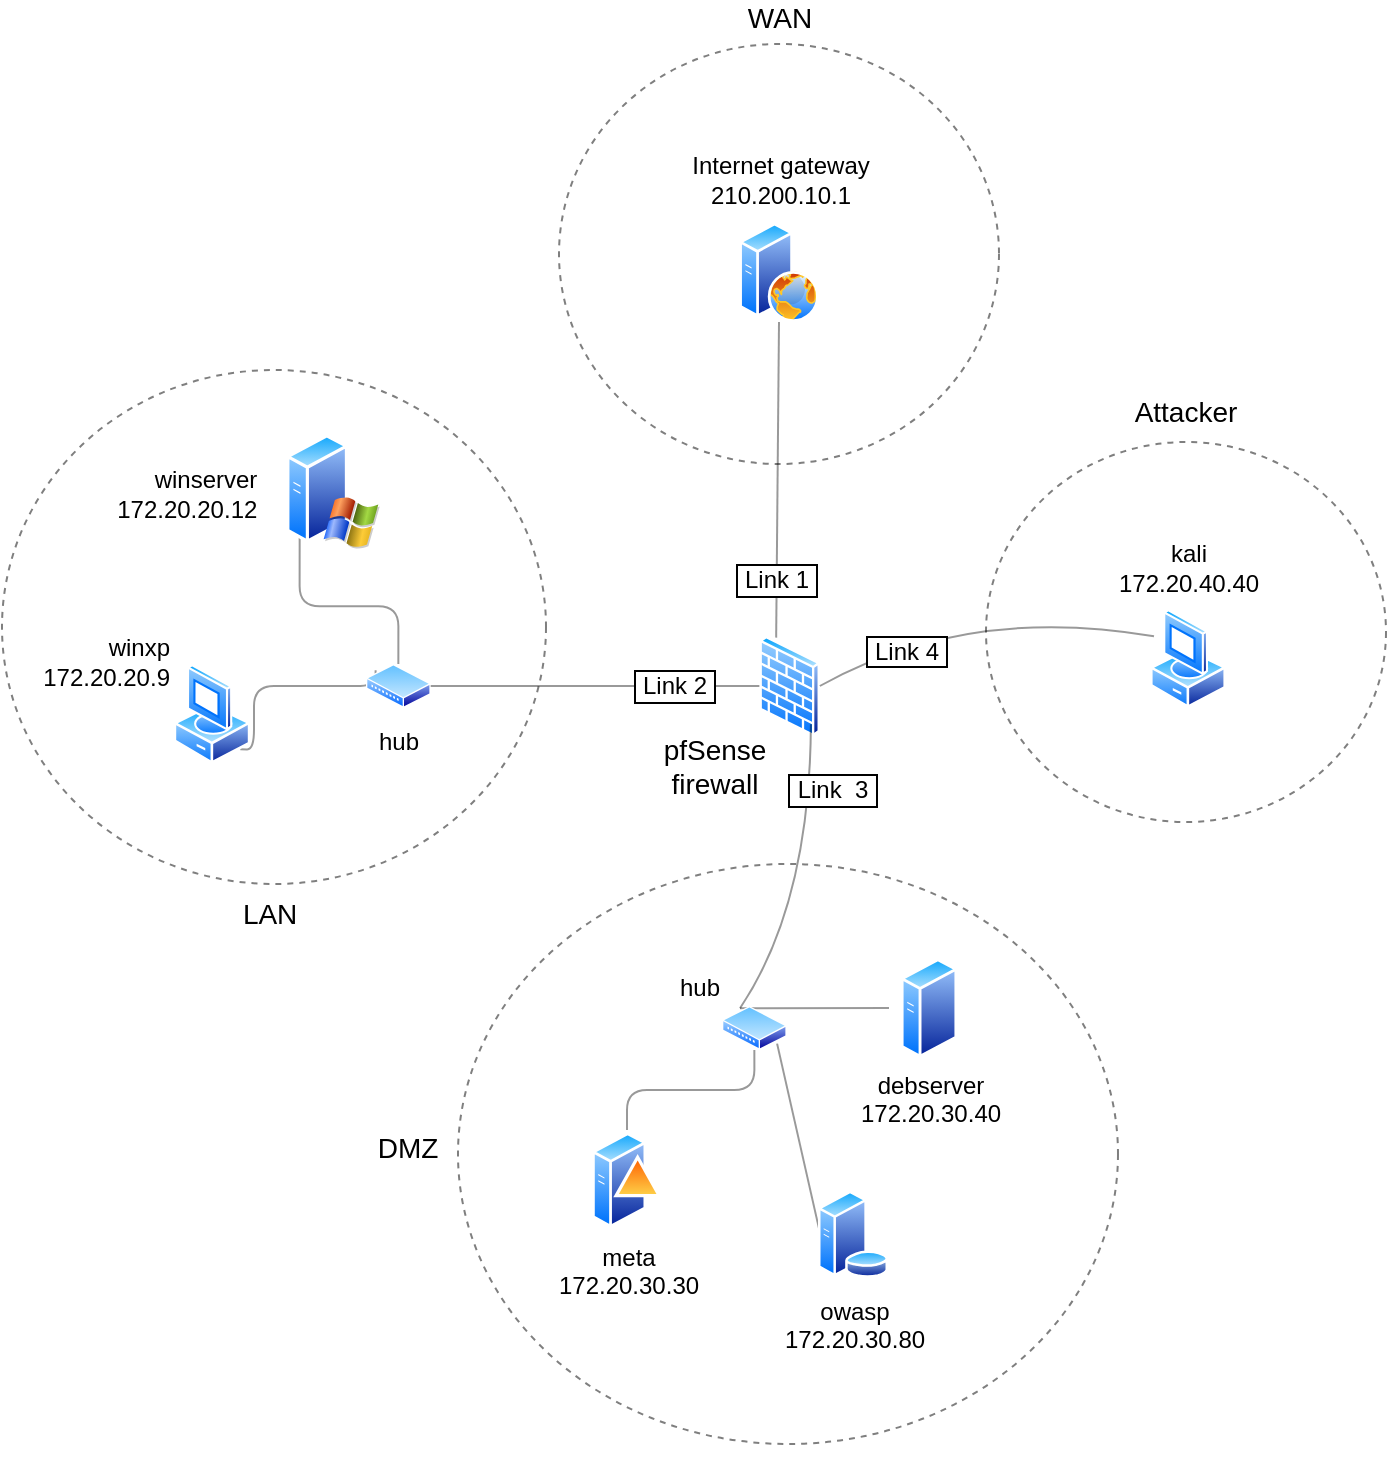
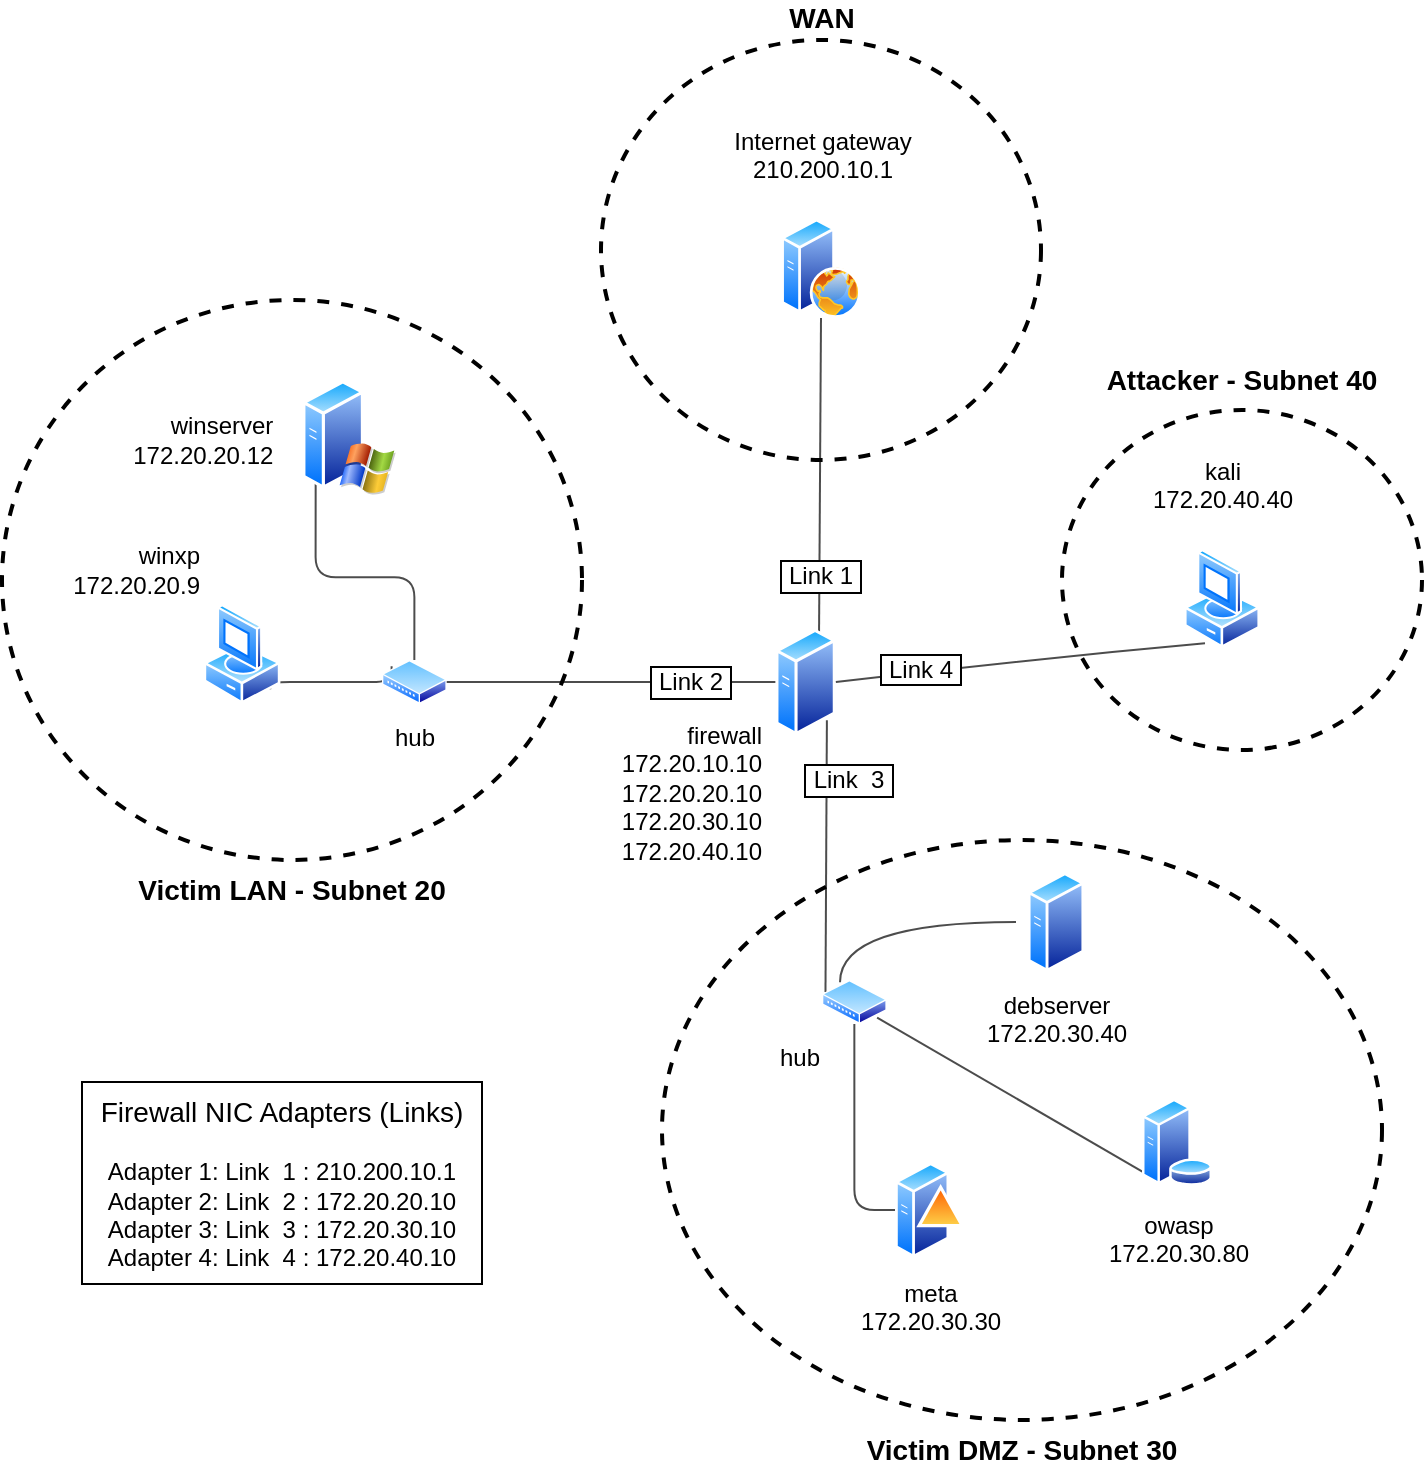
<mxfile host="app.diagrams.net">
  <diagram name="Seite-1" id="sI0nA2FEwm0xv5wlwKVV">
-     <mxGraphModel dx="1940" dy="763" grid="1" gridSize="10" guides="1" tooltips="1" connect="1" arrows="1" fold="1" page="1" pageScale="1" pageWidth="827" pageHeight="1169" math="0" shadow="0">
+     <mxGraphModel dx="1999" dy="751" grid="1" gridSize="10" guides="1" tooltips="1" connect="1" arrows="1" fold="1" page="1" pageScale="1" pageWidth="827" pageHeight="1169" math="0" shadow="0">
      <root>
        <mxCell id="0" />
        <mxCell id="1" parent="0" />
-         <mxCell id="a0UQNTms_buoy0jP--Xc-48" parent="1" style="ellipse;whiteSpace=wrap;html=1;fillColor=none;strokeWidth=1;labelPosition=center;verticalLabelPosition=top;align=center;verticalAlign=bottom;fontSize=14;fontStyle=0;dashed=1;strokeColor=light-dark(#000000,#FFF2CC);fontColor=light-dark(#000000,#FFF2CC);spacingTop=-1;spacingBottom=4;opacity=50;" value="Attacker" vertex="1">
-           <mxGeometry height="190" width="200" x="480" y="249" as="geometry" />
+         <mxCell id="a0UQNTms_buoy0jP--Xc-48" parent="1" style="ellipse;whiteSpace=wrap;html=1;fillColor=none;strokeWidth=2;labelPosition=center;verticalLabelPosition=top;align=center;verticalAlign=bottom;fontSize=14;fontStyle=1;dashed=1;strokeColor=light-dark(#000000,#FFF2CC);fontColor=light-dark(#000000,#FFF2CC);spacingTop=-1;spacingBottom=4;" value="Attacker - Subnet 40" vertex="1">
+           <mxGeometry height="170" width="180" x="510" y="235" as="geometry" />
        </mxCell>
-         <mxCell id="eCaSIDYicL7Bv3XTQ8XW-33" parent="1" style="ellipse;whiteSpace=wrap;html=1;fillColor=none;strokeWidth=1;labelPosition=center;verticalLabelPosition=top;align=center;verticalAlign=bottom;fontSize=14;fontStyle=0;dashed=1;strokeColor=light-dark(#000000,#FFF2CC);fontColor=light-dark(#000000,#FFF2CC);opacity=50;spacingBottom=2;" value="WAN" vertex="1">
-           <mxGeometry height="210" width="220" x="266.5" y="50" as="geometry" />
+         <mxCell id="eCaSIDYicL7Bv3XTQ8XW-33" parent="1" style="ellipse;whiteSpace=wrap;html=1;fillColor=none;strokeWidth=2;labelPosition=center;verticalLabelPosition=top;align=center;verticalAlign=bottom;fontSize=14;fontStyle=1;dashed=1;strokeColor=light-dark(#000000,#FFF2CC);fontColor=light-dark(#000000,#FFF2CC);" value="WAN" vertex="1">
+           <mxGeometry height="210" width="220" x="279.5" y="50" as="geometry" />
        </mxCell>
-         <mxCell id="eCaSIDYicL7Bv3XTQ8XW-30" parent="1" style="ellipse;whiteSpace=wrap;html=1;fillColor=none;strokeWidth=1;labelPosition=left;verticalLabelPosition=middle;align=right;verticalAlign=middle;fontSize=14;fontStyle=0;dashed=1;strokeColor=light-dark(#000000,#FFF2CC);fontColor=light-dark(#000000,#FFF2CC);labelBorderColor=none;spacingTop=0;spacingBottom=7;spacing=2;opacity=50;" value="DMZ&amp;nbsp;&amp;nbsp;" vertex="1">
-           <mxGeometry height="290" width="330" x="216" y="460" as="geometry" />
+         <mxCell id="eCaSIDYicL7Bv3XTQ8XW-30" parent="1" style="ellipse;whiteSpace=wrap;html=1;fillColor=none;strokeWidth=2;labelPosition=center;verticalLabelPosition=bottom;align=center;verticalAlign=top;fontSize=14;fontStyle=1;dashed=1;strokeColor=light-dark(#000000,#FFF2CC);fontColor=light-dark(#000000,#FFF2CC);labelBorderColor=none;spacingTop=0;spacingBottom=7;" value="Victim DMZ - Subnet 30" vertex="1">
+           <mxGeometry height="290" width="360" x="310" y="450" as="geometry" />
        </mxCell>
-         <mxCell id="eCaSIDYicL7Bv3XTQ8XW-29" parent="1" style="ellipse;whiteSpace=wrap;html=1;fillColor=none;strokeWidth=1;labelPosition=center;verticalLabelPosition=bottom;align=center;verticalAlign=top;fontSize=14;fontStyle=0;dashed=1;strokeColor=light-dark(#000000,#FFF2CC);fontColor=light-dark(#000000,#FFF2CC);opacity=50;" value="LAN&amp;nbsp;" vertex="1">
-           <mxGeometry height="257" width="272" x="-12" y="213" as="geometry" />
+         <mxCell id="eCaSIDYicL7Bv3XTQ8XW-29" parent="1" style="ellipse;whiteSpace=wrap;html=1;fillColor=none;strokeWidth=2;labelPosition=center;verticalLabelPosition=bottom;align=center;verticalAlign=top;fontSize=14;fontStyle=1;dashed=1;strokeColor=light-dark(#000000,#FFF2CC);fontColor=light-dark(#000000,#FFF2CC);" value="Victim LAN - Subnet 20" vertex="1">
+           <mxGeometry height="280" width="290" x="-20" y="180" as="geometry" />
        </mxCell>
-         <mxCell id="eCaSIDYicL7Bv3XTQ8XW-1" parent="1" style="aspect=fixed;html=1;align=center;shadow=0;dashed=0;spacingTop=0;image=img/lib/active_directory/web_server.svg;labelPosition=center;verticalLabelPosition=top;verticalAlign=bottom;labelBackgroundColor=none;fontColor=light-dark(#000000,#FFFFFF);fontSize=12;shape=image;perimeter=ellipsePerimeter;spacingBottom=4;" value="Internet gateway&lt;div&gt;210.200.10.1&lt;br&gt;&lt;/div&gt;" vertex="1">
-           <mxGeometry height="49.77" width="79" x="337" y="139.23000000000002" as="geometry" />
+         <mxCell id="eCaSIDYicL7Bv3XTQ8XW-1" parent="1" style="aspect=fixed;html=1;align=center;shadow=0;dashed=0;spacingTop=3;image=img/lib/active_directory/web_server.svg;labelPosition=center;verticalLabelPosition=top;verticalAlign=bottom;labelBackgroundColor=none;fontColor=light-dark(#000000,#FFFFFF);fontSize=12;shape=image;perimeter=ellipsePerimeter;" value="Internet gateway&lt;div&gt;210.200.10.1&lt;br&gt;&lt;br&gt;&lt;/div&gt;" vertex="1">
+           <mxGeometry height="49.77" width="79" x="350" y="139.23000000000002" as="geometry" />
        </mxCell>
-         <mxCell id="a0UQNTms_buoy0jP--Xc-31" edge="1" parent="1" source="eCaSIDYicL7Bv3XTQ8XW-10" style="rounded=0;orthogonalLoop=1;jettySize=auto;html=1;exitX=0.25;exitY=0;exitDx=0;exitDy=0;endArrow=none;endFill=0;curved=1;opacity=40;fontSize=12;labelBorderColor=light-dark(#000000,#FFB366);spacingLeft=-1;sourcePerimeterSpacing=0;startSize=6;spacingTop=100;entryX=0.5;entryY=1;entryDx=0;entryDy=0;" target="eCaSIDYicL7Bv3XTQ8XW-1" value="&lt;span&gt;&amp;nbsp;Link 1&amp;nbsp;&lt;/span&gt;">
-           <mxGeometry relative="1" x="0.0031" as="geometry">
-             <mxPoint as="offset" />
+         <mxCell id="a0UQNTms_buoy0jP--Xc-31" edge="1" parent="1" source="eCaSIDYicL7Bv3XTQ8XW-10" style="rounded=0;orthogonalLoop=1;jettySize=auto;html=1;exitX=0.75;exitY=0;exitDx=0;exitDy=0;endArrow=none;endFill=0;curved=1;opacity=70;fontSize=12;labelBorderColor=light-dark(#000000,#FFB366);spacingLeft=-1;sourcePerimeterSpacing=0;startSize=6;spacingTop=100;entryX=0.5;entryY=1;entryDx=0;entryDy=0;" target="eCaSIDYicL7Bv3XTQ8XW-1" value="&amp;nbsp;Link 1&amp;nbsp;">
+           <mxGeometry relative="1" as="geometry">
            <Array as="points" />
            <mxPoint x="400" y="150" as="targetPoint" />
          </mxGeometry>
        </mxCell>
-         <mxCell id="eCaSIDYicL7Bv3XTQ8XW-10" parent="1" style="aspect=fixed;html=1;align=center;shadow=0;dashed=0;spacingTop=-6;image=img/lib/active_directory/firewall.svg;fontSize=14;labelPosition=left;verticalLabelPosition=bottom;verticalAlign=top;spacingLeft=0;spacingRight=15;spacingBottom=0;spacing=-2;labelBackgroundColor=default;shape=image;perimeter=ellipsePerimeter;" value="pfSense&lt;br&gt;firewall" vertex="1">
+         <mxCell id="eCaSIDYicL7Bv3XTQ8XW-10" parent="1" style="image;aspect=fixed;perimeter=ellipsePerimeter;html=1;align=right;shadow=0;dashed=0;spacingTop=-10;image=img/lib/active_directory/generic_server.svg;fontSize=12;labelPosition=left;verticalLabelPosition=bottom;verticalAlign=top;spacingLeft=0;spacingRight=10;spacingBottom=0;spacing=-2;" value="firewall&lt;div&gt;172.20.10.10&lt;br&gt;172.20.20.10&lt;br&gt;172.20.30.10&lt;br&gt;172.20.40.10&lt;/div&gt;" vertex="1">
          <mxGeometry height="54" width="30.24" x="366.68" y="344" as="geometry" />
        </mxCell>
-         <mxCell id="a0UQNTms_buoy0jP--Xc-1" edge="1" parent="1" source="eCaSIDYicL7Bv3XTQ8XW-17" style="edgeStyle=orthogonalEdgeStyle;rounded=0;orthogonalLoop=1;jettySize=auto;html=1;exitX=0;exitY=0.5;exitDx=0;exitDy=0;entryX=0.25;entryY=0;entryDx=0;entryDy=0;endArrow=none;endFill=0;curved=1;opacity=40;" target="eCaSIDYicL7Bv3XTQ8XW-35">
+         <mxCell id="a0UQNTms_buoy0jP--Xc-1" edge="1" parent="1" source="eCaSIDYicL7Bv3XTQ8XW-17" style="edgeStyle=orthogonalEdgeStyle;rounded=0;orthogonalLoop=1;jettySize=auto;html=1;exitX=0;exitY=0.5;exitDx=0;exitDy=0;entryX=0.25;entryY=0;entryDx=0;entryDy=0;endArrow=none;endFill=0;curved=1;opacity=70;" target="eCaSIDYicL7Bv3XTQ8XW-35">
          <mxGeometry relative="1" as="geometry" />
        </mxCell>
-         <mxCell id="eCaSIDYicL7Bv3XTQ8XW-17" parent="1" style="aspect=fixed;html=1;align=center;shadow=0;dashed=0;spacingTop=0;image=img/lib/active_directory/generic_server.svg;shape=image;labelBackgroundColor=none;verticalAlign=top;verticalLabelPosition=bottom;perimeter=ellipsePerimeter;" value="debserver&lt;div&gt;172.20.30.40&lt;/div&gt;" vertex="1">
-           <mxGeometry height="50" width="40" x="431.5" y="507" as="geometry" />
+         <mxCell id="eCaSIDYicL7Bv3XTQ8XW-17" parent="1" style="aspect=fixed;html=1;align=center;shadow=0;dashed=0;spacingTop=3;image=img/lib/active_directory/generic_server.svg;shape=image;labelBackgroundColor=default;verticalAlign=top;verticalLabelPosition=bottom;perimeter=ellipsePerimeter;" value="debserver&lt;div&gt;172.20.30.40&lt;/div&gt;" vertex="1">
+           <mxGeometry height="50" width="40" x="487" y="466" as="geometry" />
        </mxCell>
-         <mxCell id="a0UQNTms_buoy0jP--Xc-3" edge="1" parent="1" source="eCaSIDYicL7Bv3XTQ8XW-18" style="rounded=0;orthogonalLoop=1;jettySize=auto;html=1;exitX=0;exitY=1;exitDx=0;exitDy=0;entryX=1;entryY=1;entryDx=0;entryDy=0;endArrow=none;endFill=0;opacity=40;" target="eCaSIDYicL7Bv3XTQ8XW-35">
+         <mxCell id="a0UQNTms_buoy0jP--Xc-3" edge="1" parent="1" source="eCaSIDYicL7Bv3XTQ8XW-18" style="rounded=0;orthogonalLoop=1;jettySize=auto;html=1;exitX=0;exitY=1;exitDx=0;exitDy=0;entryX=1;entryY=1;entryDx=0;entryDy=0;endArrow=none;endFill=0;opacity=70;" target="eCaSIDYicL7Bv3XTQ8XW-35">
          <mxGeometry relative="1" as="geometry" />
        </mxCell>
-         <mxCell id="eCaSIDYicL7Bv3XTQ8XW-18" parent="1" style="aspect=fixed;html=1;align=center;shadow=0;dashed=0;spacingTop=0;image=img/lib/active_directory/database_server.svg;shape=image;labelBackgroundColor=none;verticalAlign=top;verticalLabelPosition=bottom;perimeter=ellipsePerimeter;" value="owasp&lt;div&gt;172.20.30.80&lt;/div&gt;" vertex="1">
-           <mxGeometry height="50" width="35" x="396" y="619.9999999999999" as="geometry" />
+         <mxCell id="eCaSIDYicL7Bv3XTQ8XW-18" parent="1" style="aspect=fixed;html=1;align=center;shadow=0;dashed=0;spacingTop=3;image=img/lib/active_directory/database_server.svg;shape=image;labelBackgroundColor=default;verticalAlign=top;verticalLabelPosition=bottom;perimeter=ellipsePerimeter;" value="owasp&lt;div&gt;172.20.30.80&lt;/div&gt;" vertex="1">
+           <mxGeometry height="50" width="35" x="550" y="575.9999999999999" as="geometry" />
        </mxCell>
-         <mxCell id="a0UQNTms_buoy0jP--Xc-2" edge="1" parent="1" source="eCaSIDYicL7Bv3XTQ8XW-19" style="edgeStyle=orthogonalEdgeStyle;rounded=1;orthogonalLoop=1;jettySize=auto;html=1;exitX=0.5;exitY=0;exitDx=0;exitDy=0;entryX=0.5;entryY=1;entryDx=0;entryDy=0;endArrow=none;endFill=0;curved=0;opacity=40;" target="eCaSIDYicL7Bv3XTQ8XW-35">
+         <mxCell id="a0UQNTms_buoy0jP--Xc-2" edge="1" parent="1" source="eCaSIDYicL7Bv3XTQ8XW-19" style="edgeStyle=orthogonalEdgeStyle;rounded=1;orthogonalLoop=1;jettySize=auto;html=1;exitX=0;exitY=0.5;exitDx=0;exitDy=0;entryX=0.5;entryY=1;entryDx=0;entryDy=0;endArrow=none;endFill=0;curved=0;opacity=70;" target="eCaSIDYicL7Bv3XTQ8XW-35">
          <mxGeometry relative="1" as="geometry" />
        </mxCell>
-         <mxCell id="eCaSIDYicL7Bv3XTQ8XW-19" parent="1" style="aspect=fixed;html=1;align=center;shadow=0;dashed=0;spacingTop=0;image=img/lib/active_directory/domain_controller.svg;shape=image;labelBackgroundColor=none;verticalAlign=top;verticalLabelPosition=bottom;perimeter=ellipsePerimeter;" value="meta&lt;div&gt;172.20.30.30&lt;/div&gt;" vertex="1">
-           <mxGeometry height="50" width="35" x="283" y="592.9999999999999" as="geometry" />
+         <mxCell id="eCaSIDYicL7Bv3XTQ8XW-19" parent="1" style="aspect=fixed;html=1;align=center;shadow=0;dashed=0;spacingTop=3;image=img/lib/active_directory/domain_controller.svg;shape=image;labelBackgroundColor=default;verticalAlign=top;verticalLabelPosition=bottom;perimeter=ellipsePerimeter;" value="meta&lt;div&gt;172.20.30.30&lt;/div&gt;" vertex="1">
+           <mxGeometry height="50" width="35" x="426.5" y="609.9999999999999" as="geometry" />
        </mxCell>
-         <mxCell id="eCaSIDYicL7Bv3XTQ8XW-39" edge="1" parent="1" source="eCaSIDYicL7Bv3XTQ8XW-20" style="edgeStyle=orthogonalEdgeStyle;rounded=1;orthogonalLoop=1;jettySize=auto;html=1;exitX=1;exitY=1;exitDx=0;exitDy=0;entryX=0;entryY=0;entryDx=0;entryDy=0;curved=0;endArrow=none;endFill=0;opacity=40;" target="eCaSIDYicL7Bv3XTQ8XW-36">
+         <mxCell id="eCaSIDYicL7Bv3XTQ8XW-39" edge="1" parent="1" source="eCaSIDYicL7Bv3XTQ8XW-20" style="edgeStyle=orthogonalEdgeStyle;rounded=1;orthogonalLoop=1;jettySize=auto;html=1;exitX=1;exitY=1;exitDx=0;exitDy=0;entryX=0;entryY=0;entryDx=0;entryDy=0;curved=0;endArrow=none;endFill=0;opacity=70;" target="eCaSIDYicL7Bv3XTQ8XW-36">
          <mxGeometry relative="1" as="geometry">
            <Array as="points">
              <mxPoint x="114" y="371" />
              <mxPoint x="175" y="371" />
            </Array>
          </mxGeometry>
        </mxCell>
-         <mxCell id="eCaSIDYicL7Bv3XTQ8XW-20" parent="1" style="aspect=fixed;html=1;align=right;shadow=0;dashed=0;spacingTop=0;image=img/lib/active_directory/vista_client.svg;shape=image;labelBackgroundColor=none;verticalAlign=bottom;verticalLabelPosition=top;perimeter=ellipsePerimeter;labelPosition=left;spacingBottom=-16;" value="winxp&lt;div&gt;172.20.20.9&lt;/div&gt;" vertex="1">
-           <mxGeometry height="50" width="40" x="73" y="360" as="geometry" />
+         <mxCell id="eCaSIDYicL7Bv3XTQ8XW-20" parent="1" style="aspect=fixed;html=1;align=right;shadow=0;dashed=0;spacingTop=3;image=img/lib/active_directory/vista_client.svg;shape=image;labelBackgroundColor=default;verticalAlign=bottom;verticalLabelPosition=top;perimeter=ellipsePerimeter;labelPosition=left;" value="winxp&lt;div&gt;172.20.20.9&lt;/div&gt;" vertex="1">
+           <mxGeometry height="50" width="40" x="80" y="332" as="geometry" />
        </mxCell>
-         <mxCell id="eCaSIDYicL7Bv3XTQ8XW-40" edge="1" parent="1" source="eCaSIDYicL7Bv3XTQ8XW-21" style="edgeStyle=orthogonalEdgeStyle;rounded=1;orthogonalLoop=1;jettySize=auto;html=1;exitX=0;exitY=1;exitDx=0;exitDy=0;entryX=0.5;entryY=0;entryDx=0;entryDy=0;endArrow=none;endFill=0;curved=0;opacity=40;" target="eCaSIDYicL7Bv3XTQ8XW-36">
+         <mxCell id="eCaSIDYicL7Bv3XTQ8XW-40" edge="1" parent="1" source="eCaSIDYicL7Bv3XTQ8XW-21" style="edgeStyle=orthogonalEdgeStyle;rounded=1;orthogonalLoop=1;jettySize=auto;html=1;exitX=0;exitY=1;exitDx=0;exitDy=0;entryX=0.5;entryY=0;entryDx=0;entryDy=0;endArrow=none;endFill=0;curved=0;opacity=70;" target="eCaSIDYicL7Bv3XTQ8XW-36">
          <mxGeometry relative="1" as="geometry" />
        </mxCell>
-         <mxCell id="eCaSIDYicL7Bv3XTQ8XW-21" parent="1" style="aspect=fixed;html=1;align=right;shadow=0;dashed=0;spacingTop=3;image=img/lib/active_directory/windows_server_2.svg;shape=image;labelBackgroundColor=none;verticalAlign=middle;verticalLabelPosition=middle;perimeter=ellipsePerimeter;labelPosition=left;" value="winserver&amp;nbsp; &amp;nbsp;&amp;nbsp;&lt;div&gt;172.20.20.12&amp;nbsp; &amp;nbsp;&amp;nbsp;&lt;/div&gt;" vertex="1">
-           <mxGeometry height="57.32" width="47" x="130" y="245" as="geometry" />
+         <mxCell id="eCaSIDYicL7Bv3XTQ8XW-21" parent="1" style="aspect=fixed;html=1;align=right;shadow=0;dashed=0;spacingTop=3;image=img/lib/active_directory/windows_server_2.svg;shape=image;labelBackgroundColor=default;verticalAlign=middle;verticalLabelPosition=middle;perimeter=ellipsePerimeter;labelPosition=left;" value="winserver&amp;nbsp; &amp;nbsp;&amp;nbsp;&lt;div&gt;172.20.20.12&amp;nbsp; &amp;nbsp;&amp;nbsp;&lt;/div&gt;" vertex="1">
+           <mxGeometry height="57.32" width="47" x="130" y="220" as="geometry" />
        </mxCell>
-         <mxCell id="a0UQNTms_buoy0jP--Xc-6" edge="1" parent="1" source="eCaSIDYicL7Bv3XTQ8XW-26" style="rounded=0;orthogonalLoop=1;jettySize=auto;html=1;entryX=1;entryY=0.5;entryDx=0;entryDy=0;endArrow=none;endFill=0;opacity=40;exitX=0;exitY=0.25;exitDx=0;exitDy=0;fontSize=12;labelPosition=center;verticalLabelPosition=top;align=center;verticalAlign=bottom;labelBorderColor=light-dark(#000000,#FFB366);textShadow=0;sourcePerimeterSpacing=0;spacingTop=0;spacingLeft=-72;spacingBottom=-33;labelBackgroundColor=default;curved=1;" value="&amp;nbsp;Link 4&amp;nbsp;">
+         <mxCell id="a0UQNTms_buoy0jP--Xc-6" edge="1" parent="1" source="eCaSIDYicL7Bv3XTQ8XW-26" style="rounded=0;orthogonalLoop=1;jettySize=auto;html=1;entryX=1;entryY=0.5;entryDx=0;entryDy=0;endArrow=none;endFill=0;opacity=70;curved=1;exitX=0.25;exitY=1;exitDx=0;exitDy=0;fontSize=12;labelPosition=center;verticalLabelPosition=top;align=center;verticalAlign=bottom;labelBorderColor=light-dark(#000000,#FFB366);textShadow=0;sourcePerimeterSpacing=0;spacingTop=0;spacingLeft=-100;spacingBottom=-15;" target="eCaSIDYicL7Bv3XTQ8XW-10" value="&amp;nbsp;Link 4&amp;nbsp;">
          <mxGeometry relative="1" as="geometry">
            <Array as="points">
-               <mxPoint x="470" y="330" />
+               <mxPoint x="490" y="360" />
            </Array>
-             <mxPoint x="581.8663594500567" y="360.91344597206444" as="sourcePoint" />
-             <mxPoint x="396.919999999981" y="371" as="targetPoint" />
+             <mxPoint x="556.9099999999999" y="263" as="sourcePoint" />
          </mxGeometry>
        </mxCell>
-         <mxCell id="eCaSIDYicL7Bv3XTQ8XW-26" parent="1" style="image;aspect=fixed;perimeter=ellipsePerimeter;html=1;align=center;shadow=0;dashed=0;spacingTop=0;image=img/lib/active_directory/vista_client.svg;labelPosition=center;verticalLabelPosition=top;verticalAlign=bottom;labelBackgroundColor=none;spacingBottom=3;" value="kali&lt;div&gt;172.20.40.40&lt;br&gt;&lt;/div&gt;" vertex="1">
-           <mxGeometry height="50" width="38" x="562" y="332.32" as="geometry" />
+         <mxCell id="eCaSIDYicL7Bv3XTQ8XW-26" parent="1" style="image;aspect=fixed;perimeter=ellipsePerimeter;html=1;align=center;shadow=0;dashed=0;spacingTop=3;image=img/lib/active_directory/vista_client.svg;labelPosition=center;verticalLabelPosition=top;verticalAlign=bottom;" value="kali&lt;div&gt;172.20.40.40&lt;br&gt;&lt;br&gt;&lt;/div&gt;" vertex="1">
+           <mxGeometry height="50" width="38" x="571" y="304.32" as="geometry" />
        </mxCell>
-         <mxCell id="a0UQNTms_buoy0jP--Xc-4" edge="1" parent="1" source="eCaSIDYicL7Bv3XTQ8XW-35" style="rounded=0;orthogonalLoop=1;jettySize=auto;html=1;exitX=0.25;exitY=0;exitDx=0;exitDy=0;endArrow=none;endFill=0;opacity=40;entryX=1;entryY=1;entryDx=0;entryDy=0;fontSize=12;labelBorderColor=light-dark(#000000,#FFB366);spacingLeft=21;spacingBottom=87;curved=1;" target="eCaSIDYicL7Bv3XTQ8XW-10" value="&amp;nbsp;Link&amp;nbsp; 3&amp;nbsp;">
+         <mxCell id="a0UQNTms_buoy0jP--Xc-4" edge="1" parent="1" source="eCaSIDYicL7Bv3XTQ8XW-35" style="rounded=1;orthogonalLoop=1;jettySize=auto;html=1;exitX=0;exitY=0.25;exitDx=0;exitDy=0;endArrow=none;endFill=0;opacity=70;entryX=1;entryY=1;entryDx=0;entryDy=0;fontSize=12;labelBorderColor=light-dark(#000000,#FFB366);spacingLeft=21;spacingBottom=77;" target="eCaSIDYicL7Bv3XTQ8XW-10" value="&amp;nbsp;Link&amp;nbsp; 3&amp;nbsp;">
          <mxGeometry relative="1" x="0.0035" as="geometry">
            <mxPoint as="offset" />
-             <Array as="points">
-               <mxPoint x="392" y="480" />
-             </Array>
            <mxPoint x="370.0000000000001" y="429.9999999999999" as="targetPoint" />
          </mxGeometry>
        </mxCell>
-         <mxCell id="eCaSIDYicL7Bv3XTQ8XW-35" parent="1" style="image;aspect=fixed;perimeter=ellipsePerimeter;html=1;align=right;shadow=0;dashed=0;spacingTop=3;image=img/lib/active_directory/wiring_hub.svg;labelPosition=left;verticalLabelPosition=top;verticalAlign=bottom;" value="hub" vertex="1">
-           <mxGeometry height="22" width="32.35" x="348" y="530.9999999999999" as="geometry" />
+         <mxCell id="eCaSIDYicL7Bv3XTQ8XW-35" parent="1" style="image;aspect=fixed;perimeter=ellipsePerimeter;html=1;align=right;shadow=0;dashed=0;spacingTop=3;image=img/lib/active_directory/wiring_hub.svg;labelPosition=left;verticalLabelPosition=bottom;verticalAlign=top;" value="hub" vertex="1">
+           <mxGeometry height="22" width="32.35" x="390" y="519.9999999999999" as="geometry" />
        </mxCell>
        <mxCell id="eCaSIDYicL7Bv3XTQ8XW-36" parent="1" style="image;aspect=fixed;perimeter=ellipsePerimeter;html=1;align=center;shadow=0;dashed=0;spacingTop=3;image=img/lib/active_directory/wiring_hub.svg;" value="hub" vertex="1">
          <mxGeometry height="22" width="32.35" x="170" y="360" as="geometry" />
        </mxCell>
-         <mxCell id="a0UQNTms_buoy0jP--Xc-5" edge="1" parent="1" source="eCaSIDYicL7Bv3XTQ8XW-36" style="edgeStyle=orthogonalEdgeStyle;rounded=0;orthogonalLoop=1;jettySize=auto;html=1;exitX=1;exitY=0.5;exitDx=0;exitDy=0;endArrow=none;endFill=0;entryX=0;entryY=0.5;entryDx=0;entryDy=0;opacity=40;fontSize=12;labelBorderColor=light-dark(#000000,#FFB366);spacingLeft=79;" target="eCaSIDYicL7Bv3XTQ8XW-10" value="&amp;nbsp;Link 2&amp;nbsp;">
+         <mxCell id="a0UQNTms_buoy0jP--Xc-5" edge="1" parent="1" source="eCaSIDYicL7Bv3XTQ8XW-36" style="edgeStyle=orthogonalEdgeStyle;rounded=0;orthogonalLoop=1;jettySize=auto;html=1;exitX=1;exitY=0.5;exitDx=0;exitDy=0;endArrow=none;endFill=0;entryX=0;entryY=0.5;entryDx=0;entryDy=0;opacity=70;fontSize=12;labelBorderColor=light-dark(#000000,#FFB366);spacingLeft=80;" target="eCaSIDYicL7Bv3XTQ8XW-10" value="&amp;nbsp;Link 2&amp;nbsp;">
          <mxGeometry relative="1" as="geometry">
            <mxPoint x="380" y="370" as="targetPoint" />
          </mxGeometry>
        </mxCell>
        <mxCell id="a0UQNTms_buoy0jP--Xc-8" edge="1" parent="1" source="eCaSIDYicL7Bv3XTQ8XW-33" style="edgeStyle=orthogonalEdgeStyle;rounded=0;orthogonalLoop=1;jettySize=auto;html=1;exitX=0.5;exitY=1;exitDx=0;exitDy=0;" target="eCaSIDYicL7Bv3XTQ8XW-33">
          <mxGeometry relative="1" as="geometry" />
+         </mxCell>
+         <mxCell id="a0UQNTms_buoy0jP--Xc-45" parent="1" style="text;html=1;whiteSpace=wrap;strokeColor=light-dark(#000000,#FFB366);fillColor=none;align=center;verticalAlign=middle;rounded=0;labelPosition=center;verticalLabelPosition=middle;perimeterSpacing=2;labelBorderColor=none;" value="&lt;font style=&quot;font-size: 14px;&quot;&gt;Firewall NIC Adapters (Links)&lt;/font&gt;&lt;br&gt;&lt;div&gt;&lt;br&gt;&lt;/div&gt;&lt;div&gt;Adapter 1: Link&amp;nbsp; 1 : 210.200.10.1&lt;br&gt;Adapter 2: Link&amp;nbsp; 2 : 172.20.20.10&lt;/div&gt;&lt;div&gt;Adapter 3: Link&amp;nbsp; 3 : 172.20.30.10&lt;br&gt;Adapter 4: Link&amp;nbsp; 4 : 172.20.40.10&lt;/div&gt;" vertex="1">
+           <mxGeometry height="101" width="200" x="20" y="571" as="geometry" />
        </mxCell>
        <mxCell id="a0UQNTms_buoy0jP--Xc-49" edge="1" parent="1" source="eCaSIDYicL7Bv3XTQ8XW-30" style="edgeStyle=orthogonalEdgeStyle;rounded=0;orthogonalLoop=1;jettySize=auto;html=1;exitX=0.5;exitY=1;exitDx=0;exitDy=0;" target="eCaSIDYicL7Bv3XTQ8XW-30">
          <mxGeometry relative="1" as="geometry" />
        </mxCell>
      </root>
    </mxGraphModel>
  </diagram>
</mxfile>
